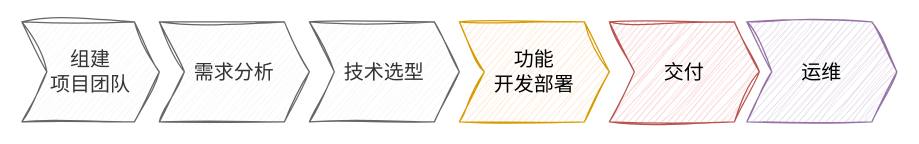
Before: 低代码——软件开发过程.drawio in tangyaosimida/love, a draw.io diagram. Source tidied: cells renumbered, new cells numbered last; positions are measured from the earlier drawing's top-left corner, leaving out a move shared by most shapes. Both pictures are drawn from the tidied source at 125%, with x=0, y=0 at pixel (21, 21).
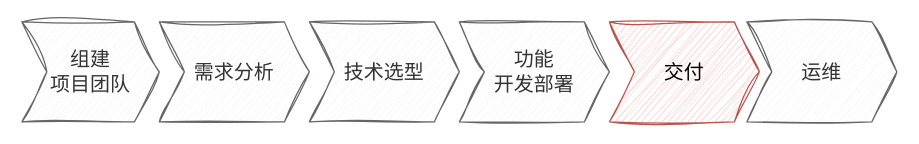
Above is the later version.

Commit message (it also covers changes not shown here):
更新低代码——软件开发过程.drawio

Change to the diagram source:
```diff
@@
 <mxGraphModel>
   <root>
     <mxCell id="0" />
     <mxCell id="1" parent="0" />
     <mxCell id="2" value="组建&lt;div&gt;项目团队&lt;/div&gt;" style="shape=step;perimeter=stepPerimeter;whiteSpace=wrap;html=1;fixedSize=1;fontSize=16;fillColor=#f5f5f5;strokeColor=#666666;sketch=1;curveFitting=1;jiggle=2;fontColor=#333333;" parent="1" vertex="1">
       <mxGeometry width="110" height="80" as="geometry" />
     </mxCell>
     <mxCell id="3" value="需求分析" style="shape=step;perimeter=stepPerimeter;whiteSpace=wrap;html=1;fixedSize=1;fontSize=16;fillColor=#f5f5f5;strokeColor=#666666;sketch=1;curveFitting=1;jiggle=2;fontColor=#333333;" parent="1" vertex="1">
       <mxGeometry x="110" width="120" height="80" as="geometry" />
     </mxCell>
     <mxCell id="4" value="技术选型" style="shape=step;perimeter=stepPerimeter;whiteSpace=wrap;html=1;fixedSize=1;fontSize=16;fillColor=#f5f5f5;strokeColor=#666666;sketch=1;curveFitting=1;jiggle=2;fontColor=#333333;" parent="1" vertex="1">
       <mxGeometry x="230" width="120" height="80" as="geometry" />
     </mxCell>
-    <mxCell id="5" value="功能&lt;div&gt;开发部署&lt;/div&gt;" style="shape=step;perimeter=stepPerimeter;whiteSpace=wrap;html=1;fixedSize=1;fontSize=16;fillColor=#ffe6cc;strokeColor=#d79b00;sketch=1;curveFitting=1;jiggle=2;" parent="1" vertex="1">
+    <mxCell id="5" value="功能&lt;div&gt;开发部署&lt;/div&gt;" style="shape=step;perimeter=stepPerimeter;whiteSpace=wrap;html=1;fixedSize=1;fontSize=16;fillColor=#f5f5f5;strokeColor=#666666;sketch=1;curveFitting=1;jiggle=2;fontColor=#333333;" parent="1" vertex="1">
       <mxGeometry x="350" width="120" height="80" as="geometry" />
     </mxCell>
     <mxCell id="6" value="交付" style="shape=step;perimeter=stepPerimeter;whiteSpace=wrap;html=1;fixedSize=1;fontSize=16;fillColor=#f8cecc;strokeColor=#b85450;sketch=1;curveFitting=1;jiggle=2;" parent="1" vertex="1">
       <mxGeometry x="470" width="120" height="80" as="geometry" />
     </mxCell>
-    <mxCell id="7" value="运维" style="shape=step;perimeter=stepPerimeter;whiteSpace=wrap;html=1;fixedSize=1;fontSize=16;fillColor=#e1d5e7;strokeColor=#9673a6;sketch=1;curveFitting=1;jiggle=2;" parent="1" vertex="1">
+    <mxCell id="7" value="运维" style="shape=step;perimeter=stepPerimeter;whiteSpace=wrap;html=1;fixedSize=1;fontSize=16;fillColor=#f5f5f5;strokeColor=#666666;sketch=1;curveFitting=1;jiggle=2;fontColor=#333333;" parent="1" vertex="1">
       <mxGeometry x="580" width="120" height="80" as="geometry" />
     </mxCell>
   </root>
 </mxGraphModel>
```
